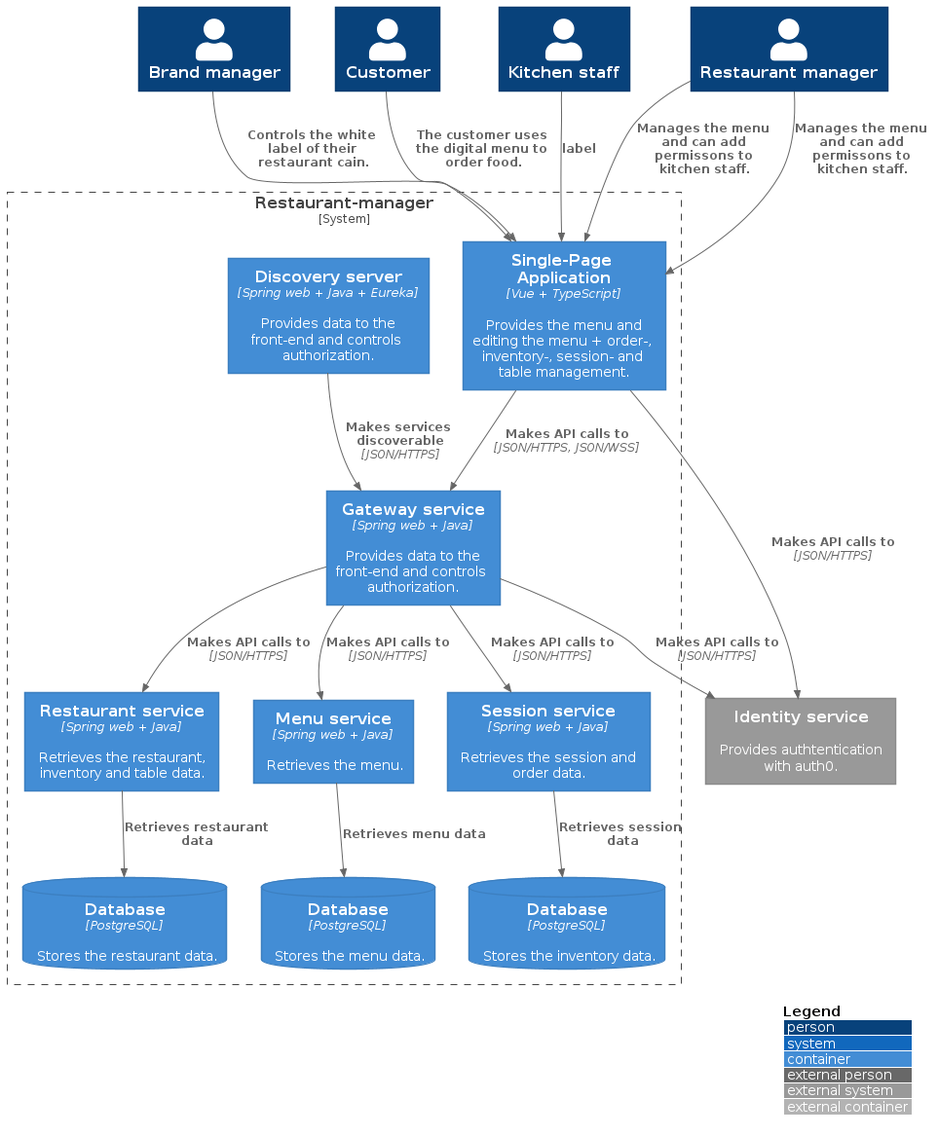
Earlier version of the PlantUML export out/diagrams/container/C4_Elements.png (FHICT-Owen/S3-GPS-DOCS).
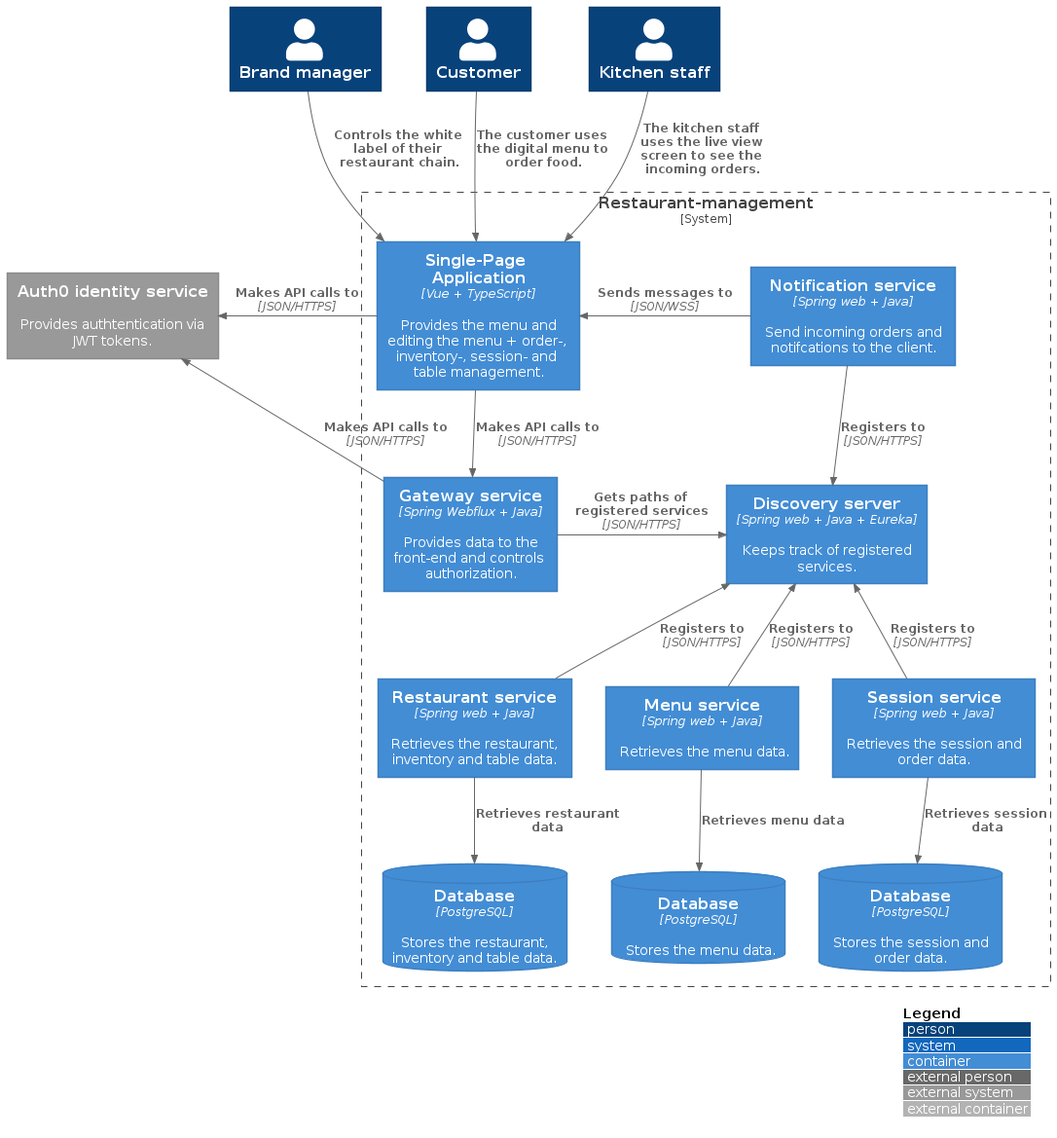
The same file after the commit.

The edit, as a diff of the source:
```diff
@@ -6,41 +6,42 @@
 Person(brand, "Brand manager")
 Person(customer, "Customer")
 Person(staff, "Kitchen staff")
-Person(manager, "Restaurant manager")
 
-System_Ext(identity, "Identity service", "Provides authtentication with auth0.")
+System_Ext(identity, "Auth0 identity service", "Provides authtentication via JWT tokens.")
 
-System_Boundary(boundry, "Restaurant-manager"){
+System_Boundary(boundry, "Restaurant-management"){
 	Container(spa, "Single-Page Application", "Vue + TypeScript", "Provides the menu and editing the menu + order-, inventory-, session- and table management.")
 
-	Container(discovery, "Discovery server", "Spring web + Java + Eureka", "Provides data to the front-end and controls authorization.")
-	Container(gateway, "Gateway service", "Spring web + Java", "Provides data to the front-end and controls authorization.")
+	Container(gateway, "Gateway service", "Spring Webflux + Java", "Provides data to the front-end and controls authorization.")
+
+	Container(discovery, "Discovery server", "Spring web + Java + Eureka", "Keeps track of registered services.")
 
 	Container(restaurant_service, "Restaurant service", "Spring web + Java", "Retrieves the restaurant, inventory and table data.")
-	Container(menu_service, "Menu service", "Spring web + Java", "Retrieves the menu.")
+	Container(menu_service, "Menu service", "Spring web + Java", "Retrieves the menu data.")
 	Container(session_service, "Session service", "Spring web + Java", "Retrieves the session and order data.")
+	Container(notification, "Notification service", "Spring web + Java", "Send incoming orders and notifcations to the client.")
 
-	ContainerDb(restaurant_db, "Database", "PostgreSQL", "Stores the restaurant data.")
+	ContainerDb(restaurant_db, "Database", "PostgreSQL", "Stores the restaurant, inventory and table data.")
 	ContainerDb(menu_db, "Database", "PostgreSQL", "Stores the menu data.")
-	ContainerDb(session_db, "Database", "PostgreSQL", "Stores the inventory data.")
+	ContainerDb(session_db, "Database", "PostgreSQL", "Stores the session and order data.")
 }
 
-Rel(customer, spa, "The customer uses the digital menu to order food.")
-Rel(staff, spa, "label")
-Rel(manager, spa, "Manages the menu and can add permissons to kitchen staff.")
-Rel(manager, spa, "Manages the menu and can add permissons to kitchen staff.")
-Rel(brand, spa, "Controls the white label of their restaurant cain.")
+Rel_D(customer, spa, "The customer uses the digital menu to order food.")
+Rel_D(staff, spa, "The kitchen staff uses the live view screen to see the incoming orders.")
+Rel_D(brand, spa, "Controls the white label of their restaurant chain.")
 
-Rel(spa, gateway, "Makes API calls to", "JSON/HTTPS, JSON/WSS")
+Rel_D(spa, gateway, "Makes API calls to", "JSON/HTTPS")
 
-Rel(spa, identity, "Makes API calls to", "JSON/HTTPS")
-Rel(gateway, identity, "Makes API calls to", "JSON/HTTPS")
+Rel_L(spa, identity, "Makes API calls to", "JSON/HTTPS")
+Rel_L(gateway, identity, "Makes API calls to", "JSON/HTTPS")
 
-Rel(discovery, gateway, "Makes services discoverable", "JSON/HTTPS")
+Rel_L(notification, spa, "Sends messages to", "JSON/WSS")
 
-Rel(gateway, menu_service, "Makes API calls to", "JSON/HTTPS")
-Rel(gateway, session_service, "Makes API calls to", "JSON/HTTPS")
-Rel(gateway, restaurant_service, "Makes API calls to", "JSON/HTTPS")
+Rel_R(gateway, discovery, "Gets paths of registered services", "JSON/HTTPS")
+Rel_U(menu_service, discovery, "Registers to", "JSON/HTTPS")
+Rel_U(session_service, discovery, "Registers to", "JSON/HTTPS")
+Rel_U(restaurant_service, discovery, "Registers to", "JSON/HTTPS")
+Rel_D(notification, discovery, "Registers to", "JSON/HTTPS")
 
 Rel(restaurant_service, restaurant_db, "Retrieves restaurant data")
 Rel(menu_service, menu_db, "Retrieves menu data")
```
